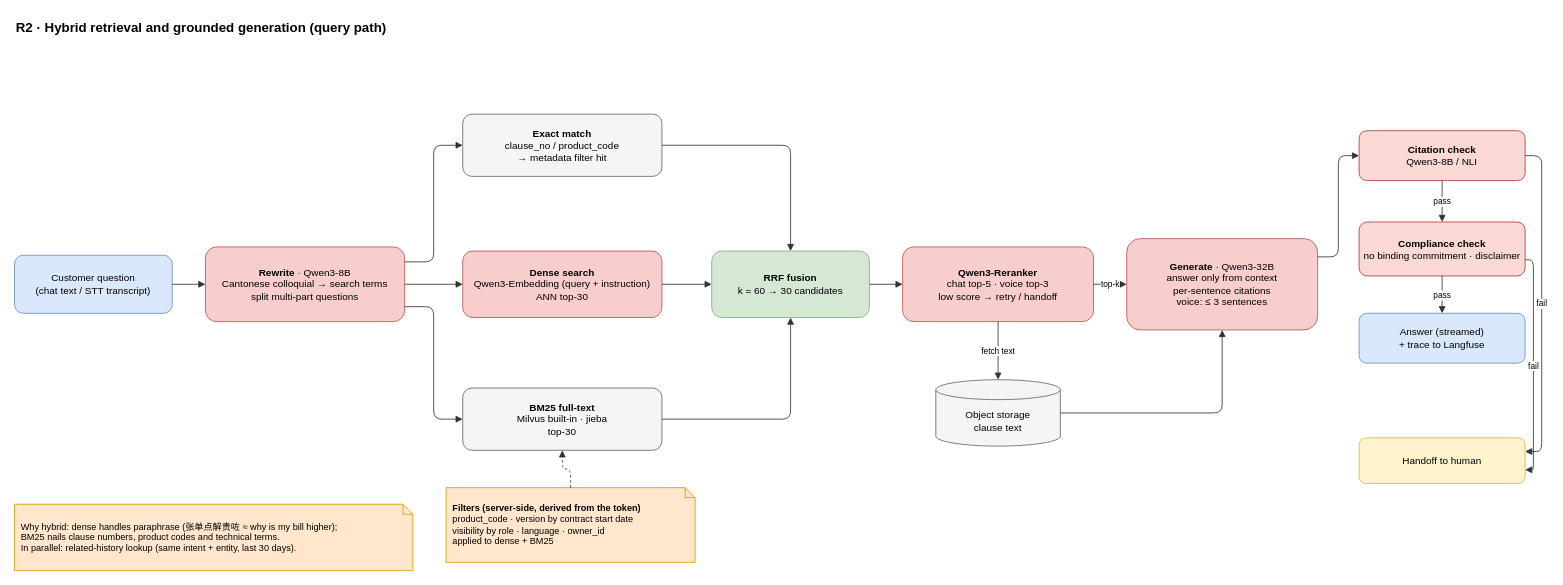
This is docs/diagrams/R2-hybrid-retrieval.drawio from airplanecraft/customer-support-agent, a draw.io file, before an edit. Source tidied: cells renumbered, new cells numbered last; positions are measured from the earlier drawing's top-left corner, leaving out a move shared by most shapes. Both pictures are drawn from the tidied source at 83%, with x=0, y=0 at pixel (14, 14).
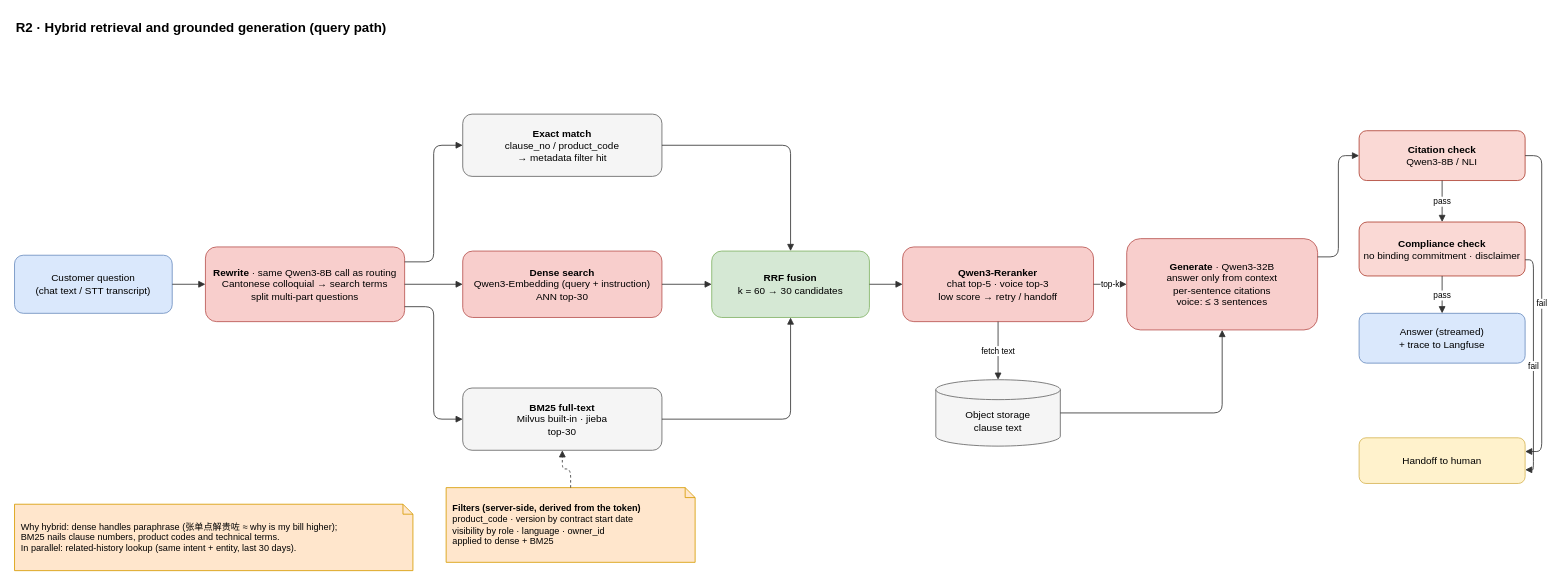
Above is the later version.

Commit message (it also covers changes not shown here):
v1.17: voice latency — four metrics, per-path budgets, merged router+rewrite call

Change to the diagram source:
```diff
@@
-    <mxCell id="4" value="&lt;b&gt;Rewrite&lt;/b&gt; · Qwen3-8B&lt;br&gt;Cantonese colloquial → search terms&lt;br&gt;split multi-part questions" style="rounded=1;whiteSpace=wrap;html=1;fillColor=#f8cecc;strokeColor=#b85450;fontSize=12;" parent="1" vertex="1">
+    <mxCell id="4" value="&lt;b&gt;Rewrite&lt;/b&gt; · same Qwen3-8B call as routing&lt;br&gt;Cantonese colloquial → search terms&lt;br&gt;split multi-part questions" style="rounded=1;whiteSpace=wrap;html=1;fillColor=#f8cecc;strokeColor=#b85450;fontSize=12;" parent="1" vertex="1">
       <mxGeometry x="230" y="280" width="240" height="90" as="geometry" />
     </mxCell>
```
